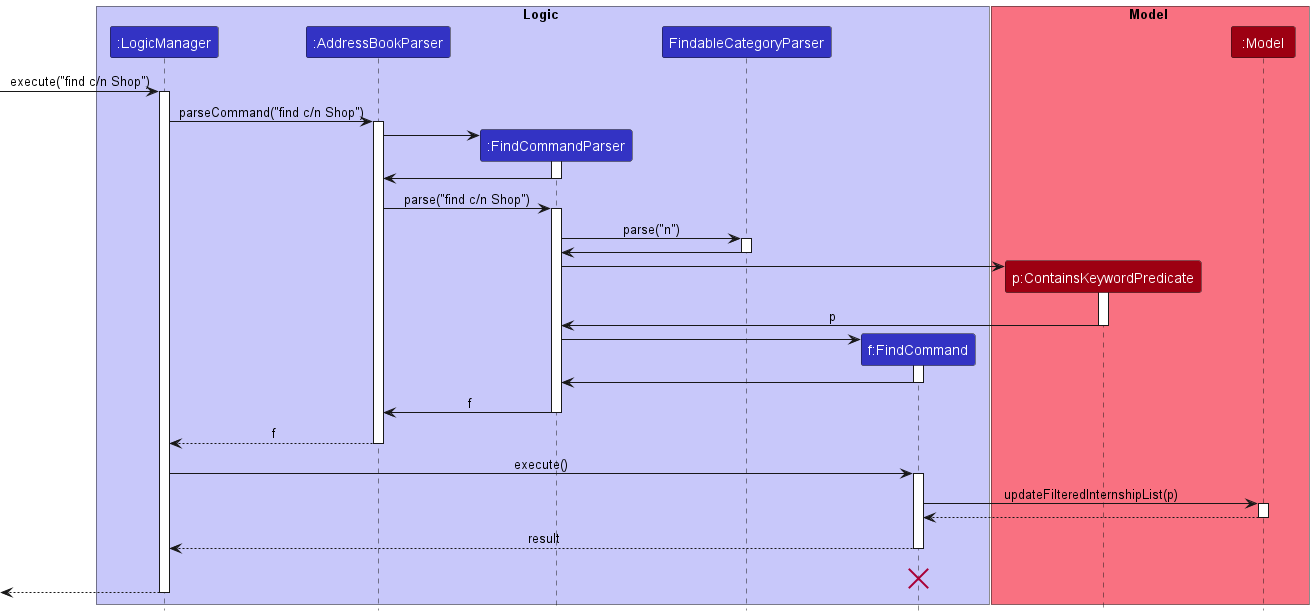
nus-cs2103-AY2223S1/tp keeps this PlantUML diagram as docs/images/FindSequenceDiagram.png. Above is the earlier version.
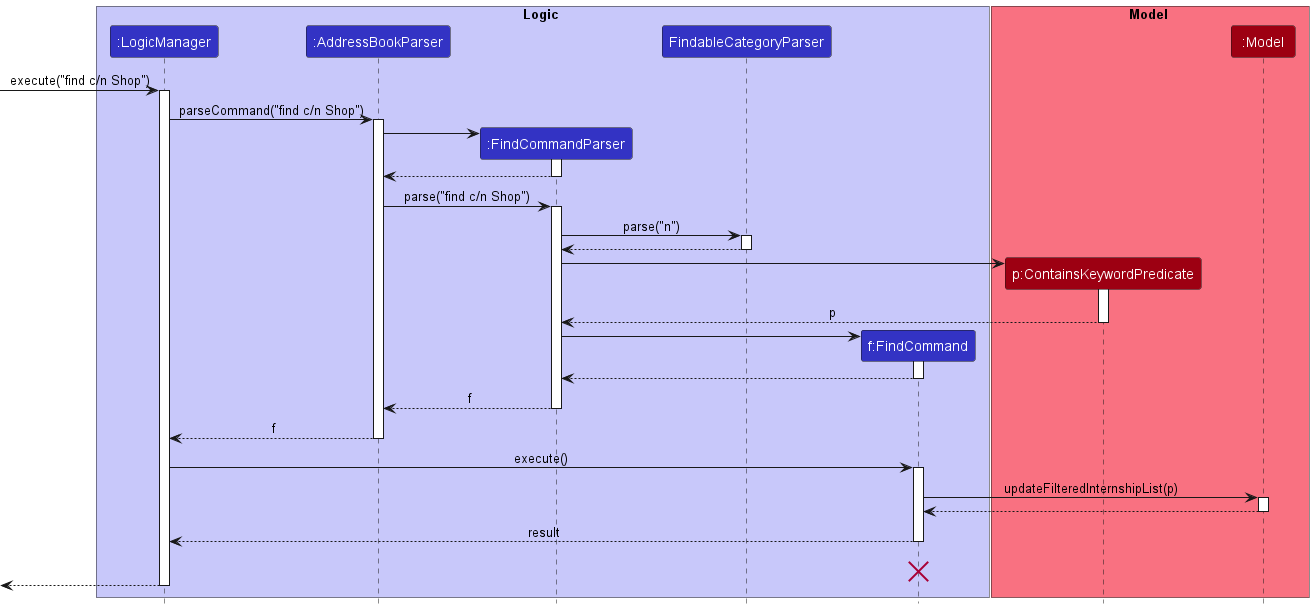
The same file after the commit.

Commit message:
Update sequence diagrams

Diff of the diagram source:
```diff
@@ -23,7 +23,7 @@
 AddressBookParser -> FindParser
 activate FindParser
 
-FindParser -> AddressBookParser
+FindParser --> AddressBookParser
 deactivate FindParser
 
 AddressBookParser -> FindParser : parse("find c/n Shop")
@@ -32,24 +32,24 @@
 FindParser -> CategoryParser : parse("n")
 activate CategoryParser
 
-CategoryParser -> FindParser
+CategoryParser --> FindParser
 deactivate CategoryParser
 
 create Predicate
 FindParser -> Predicate
 activate Predicate
 
-Predicate -> FindParser : p
+Predicate --> FindParser : p
 deactivate Predicate
 
 create FindCommand
 FindParser -> FindCommand
 activate FindCommand
 
-FindCommand -> FindParser
+FindCommand --> FindParser
 deactivate FindCommand
 
-FindParser -> AddressBookParser : f
+FindParser --> AddressBookParser : f
 deactivate FindParser
 
 AddressBookParser --> LogicManager : f
```
